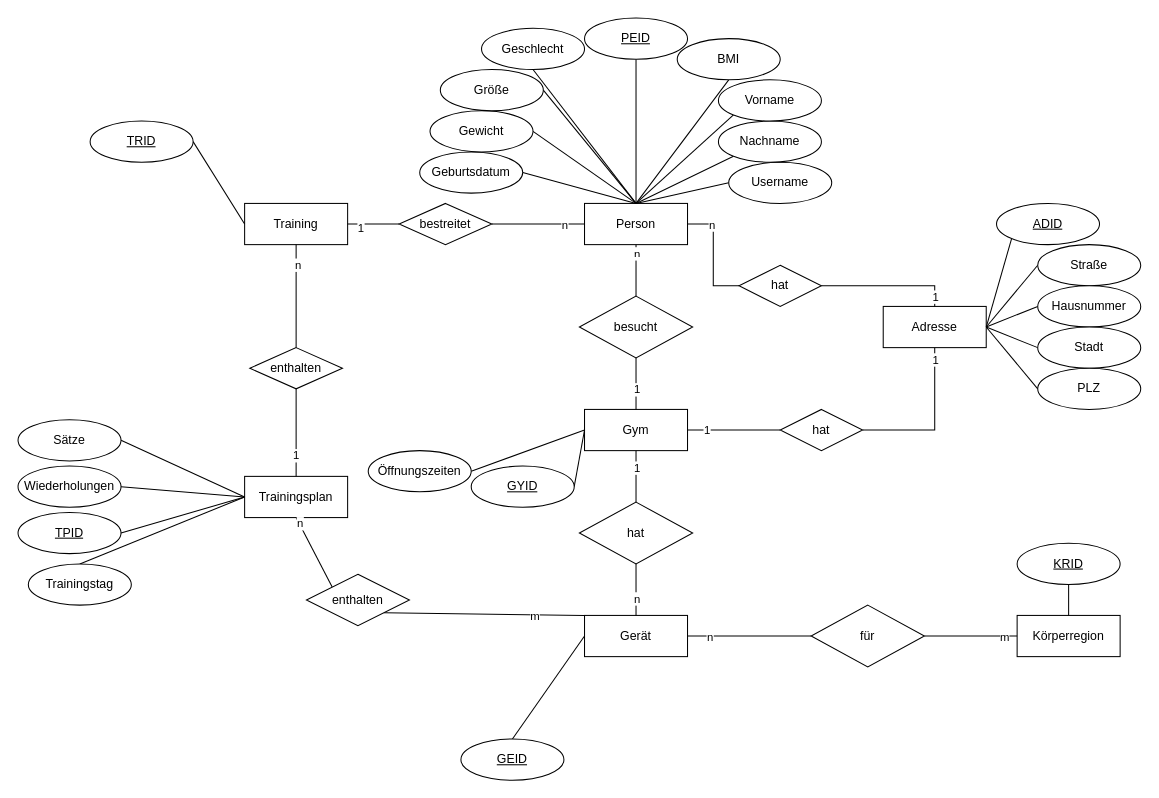
Above: Diagramme/ERDiagramm_InfinityApp.drawio in jonnef/InfinityApp (draw.io), before the change. Source tidied: cells renumbered, new cells numbered last; positions are measured from the earlier drawing's top-left corner, leaving out a move shared by most shapes. Both pictures are drawn from the tidied source at 103%, with x=0, y=0 at pixel (18, 18).
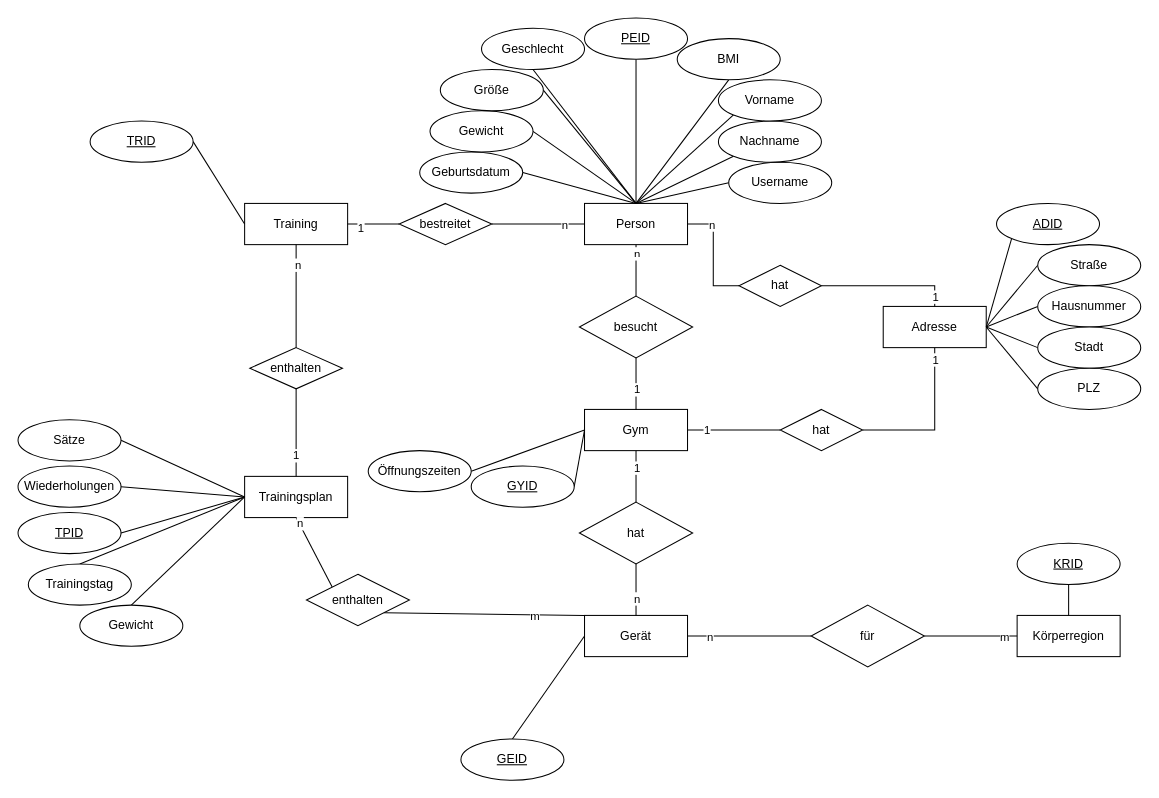
The same diagram, later.

Commit message:
added gewicht to Trainingplan

The change refers to these unchanged cells:
```xml
<mxCell id="70" value="Trainingsplan" style="whiteSpace=wrap;html=1;align=center;" parent="1" vertex="1">
  <mxGeometry x="220" y="445" width="100" height="40" as="geometry" />
</mxCell>
```

Diff of the diagram source:
```diff
@@
+    <mxCell id="95" style="edgeStyle=none;html=1;exitX=0.5;exitY=0;exitDx=0;exitDy=0;entryX=0;entryY=0.5;entryDx=0;entryDy=0;endArrow=none;endFill=0;" parent="1" edge="1" source="96" target="70">
+      <mxGeometry relative="1" as="geometry" />
+    </mxCell>
+    <mxCell id="96" value="Gewicht" style="ellipse;whiteSpace=wrap;html=1;align=center;" parent="1" vertex="1">
+      <mxGeometry x="60" y="570" width="100" height="40" as="geometry" />
+    </mxCell>
```
